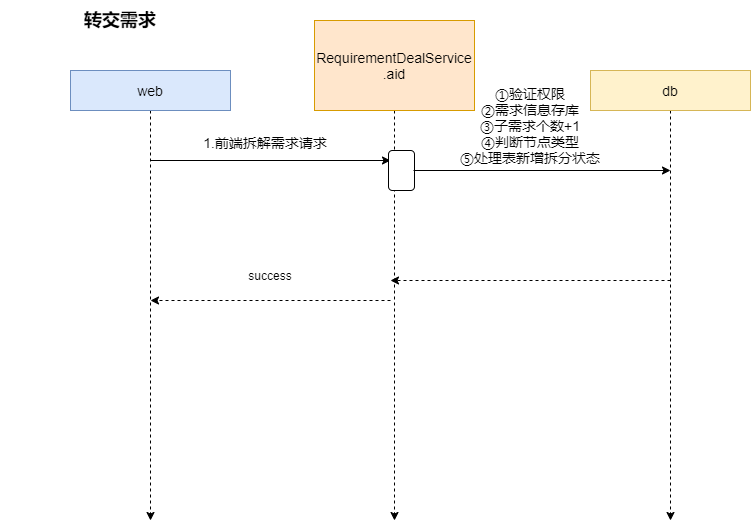
Earlier version of the draw.io export Company/deliver.png (LePeitiPrince/note-picture). Source tidied: cells renumbered, new cells last; positions are measured from the earlier drawing's top-left corner, leaving out a move shared by most shapes. Its diagram source:
```xml
<mxGraphModel>
  <root>
    <mxCell id="0" />
    <mxCell id="1" parent="0" />
    <mxCell id="2" style="edgeStyle=orthogonalEdgeStyle;rounded=0;jettySize=auto;html=1;exitX=0.5;exitY=1;exitDx=0;exitDy=0;fontSize=14;dashed=1;" parent="1" edge="1" source="3">
      <mxGeometry relative="1" as="geometry">
        <mxPoint x="150" y="520" as="targetPoint" />
      </mxGeometry>
    </mxCell>
    <mxCell id="3" value="web" style="rounded=0;whiteSpace=wrap;html=1;fontSize=14;fillColor=#dae8fc;strokeColor=#6c8ebf;" parent="1" vertex="1">
      <mxGeometry x="70" y="70" width="160" height="40" as="geometry" />
    </mxCell>
    <mxCell id="4" style="edgeStyle=orthogonalEdgeStyle;rounded=0;jettySize=auto;html=1;exitX=0.5;exitY=1;exitDx=0;exitDy=0;fontSize=14;dashed=1;" parent="1" edge="1" source="5">
      <mxGeometry relative="1" as="geometry">
        <mxPoint x="394" y="520" as="targetPoint" />
      </mxGeometry>
    </mxCell>
    <mxCell id="5" value="RequirementDealService&lt;br&gt;.aid" style="rounded=0;whiteSpace=wrap;html=1;fontSize=14;fillColor=#ffe6cc;strokeColor=#d79b00;" parent="1" vertex="1">
      <mxGeometry x="314" y="20" width="160" height="90" as="geometry" />
    </mxCell>
    <mxCell id="6" style="edgeStyle=orthogonalEdgeStyle;rounded=0;jettySize=auto;html=1;exitX=0.5;exitY=1;exitDx=0;exitDy=0;fontSize=14;dashed=1;" parent="1" edge="1" source="7">
      <mxGeometry relative="1" as="geometry">
        <mxPoint x="670" y="520" as="targetPoint" />
      </mxGeometry>
    </mxCell>
    <mxCell id="7" value="db" style="rounded=0;whiteSpace=wrap;html=1;fontSize=14;fillColor=#fff2cc;strokeColor=#d6b656;" parent="1" vertex="1">
      <mxGeometry x="590" y="70" width="160" height="40" as="geometry" />
    </mxCell>
    <mxCell id="8" style="endArrow=classic;html=1;rounded=0;fontSize=14;" parent="1" edge="1">
      <mxGeometry relative="1" as="geometry">
        <mxPoint x="150" y="160" as="sourcePoint" />
        <mxPoint x="390" y="160" as="targetPoint" />
      </mxGeometry>
    </mxCell>
    <mxCell id="9" value="1.前端拆解需求请求" style="text;html=1;strokeColor=none;fillColor=none;align=center;verticalAlign=middle;whiteSpace=wrap;rounded=0;fontSize=14;" parent="1" vertex="1">
      <mxGeometry x="170" y="127" width="190" height="30" as="geometry" />
    </mxCell>
    <mxCell id="10" style="rounded=1;whiteSpace=wrap;html=1;fontSize=14;" parent="1" vertex="1">
      <mxGeometry x="388" y="150" width="26" height="40" as="geometry" />
    </mxCell>
    <mxCell id="11" style="endArrow=classic;html=1;rounded=0;fontSize=14;" parent="1" edge="1">
      <mxGeometry relative="1" as="geometry">
        <mxPoint x="413" y="170" as="sourcePoint" />
        <mxPoint x="670" y="170" as="targetPoint" />
      </mxGeometry>
    </mxCell>
    <mxCell id="12" value="①验证权限&lt;br style=&quot;font-size: 14px;&quot;&gt;②需求信息存库&lt;br style=&quot;font-size: 14px;&quot;&gt;③子需求个数+1&lt;br style=&quot;font-size: 14px;&quot;&gt;④判断节点类型&lt;br style=&quot;font-size: 14px;&quot;&gt;⑤处理表新增拆分状态" style="text;html=1;strokeColor=none;fillColor=none;align=center;verticalAlign=middle;whiteSpace=wrap;rounded=0;fontSize=14;" parent="1" vertex="1">
      <mxGeometry x="420" y="110" width="220" height="30" as="geometry" />
    </mxCell>
    <mxCell id="13" style="endArrow=classic;html=1;rounded=0;fontSize=12;dashed=1;" parent="1" edge="1">
      <mxGeometry relative="1" as="geometry">
        <mxPoint x="670" y="280" as="sourcePoint" />
        <mxPoint x="390" y="280" as="targetPoint" />
      </mxGeometry>
    </mxCell>
    <mxCell id="14" style="endArrow=classic;html=1;rounded=0;dashed=1;fontSize=12;" parent="1" edge="1">
      <mxGeometry relative="1" as="geometry">
        <mxPoint x="390" y="300" as="sourcePoint" />
        <mxPoint x="150" y="300" as="targetPoint" />
      </mxGeometry>
    </mxCell>
    <mxCell id="15" value="success" style="text;html=1;strokeColor=none;fillColor=none;align=center;verticalAlign=middle;whiteSpace=wrap;rounded=0;fontSize=12;" parent="1" vertex="1">
      <mxGeometry x="240" y="260" width="60" height="30" as="geometry" />
    </mxCell>
    <mxCell id="16" value="转交需求" style="text;html=1;strokeColor=none;fillColor=none;align=center;verticalAlign=middle;whiteSpace=wrap;rounded=0;labelBackgroundColor=#FFFFFF;fontSize=18;fontStyle=1;" parent="1" vertex="1">
      <mxGeometry width="240" height="40" as="geometry" />
    </mxCell>
  </root>
</mxGraphModel>
```
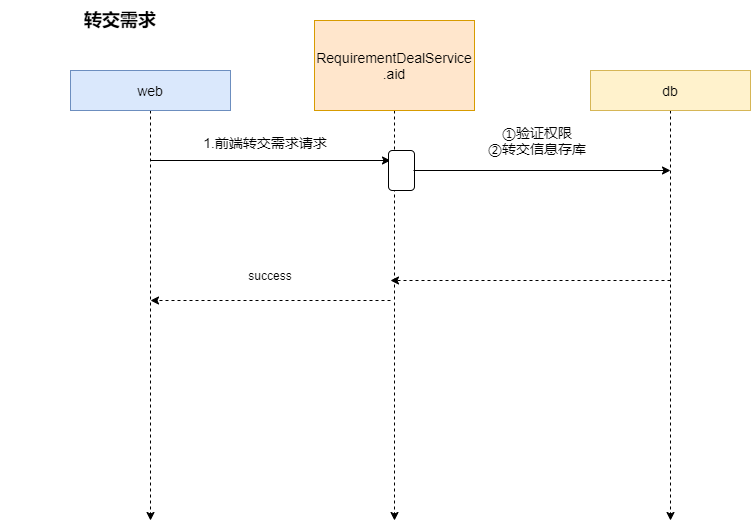
After the change.

The edit, as a diff of the source:
```diff
@@ -32,7 +32,7 @@
         <mxPoint x="390" y="160" as="targetPoint" />
       </mxGeometry>
     </mxCell>
-    <mxCell id="9" value="1.前端拆解需求请求" style="text;html=1;strokeColor=none;fillColor=none;align=center;verticalAlign=middle;whiteSpace=wrap;rounded=0;fontSize=14;" parent="1" vertex="1">
+    <mxCell id="9" value="1.前端转交需求请求" style="text;html=1;strokeColor=none;fillColor=none;align=center;verticalAlign=middle;whiteSpace=wrap;rounded=0;fontSize=14;" parent="1" vertex="1">
       <mxGeometry x="170" y="127" width="190" height="30" as="geometry" />
     </mxCell>
     <mxCell id="10" style="rounded=1;whiteSpace=wrap;html=1;fontSize=14;" parent="1" vertex="1">
@@ -44,8 +44,8 @@
         <mxPoint x="670" y="170" as="targetPoint" />
       </mxGeometry>
     </mxCell>
-    <mxCell id="12" value="①验证权限&lt;br style=&quot;font-size: 14px;&quot;&gt;②需求信息存库&lt;br style=&quot;font-size: 14px;&quot;&gt;③子需求个数+1&lt;br style=&quot;font-size: 14px;&quot;&gt;④判断节点类型&lt;br style=&quot;font-size: 14px;&quot;&gt;⑤处理表新增拆分状态" style="text;html=1;strokeColor=none;fillColor=none;align=center;verticalAlign=middle;whiteSpace=wrap;rounded=0;fontSize=14;" parent="1" vertex="1">
-      <mxGeometry x="420" y="110" width="220" height="30" as="geometry" />
+    <mxCell id="12" value="①验证权限&lt;br style=&quot;font-size: 14px&quot;&gt;②转交信息存库" style="text;html=1;strokeColor=none;fillColor=none;align=center;verticalAlign=middle;whiteSpace=wrap;rounded=0;fontSize=14;" parent="1" vertex="1">
+      <mxGeometry x="427" y="125" width="220" height="30" as="geometry" />
     </mxCell>
     <mxCell id="13" style="endArrow=classic;html=1;rounded=0;fontSize=12;dashed=1;" parent="1" edge="1">
       <mxGeometry relative="1" as="geometry">
```
